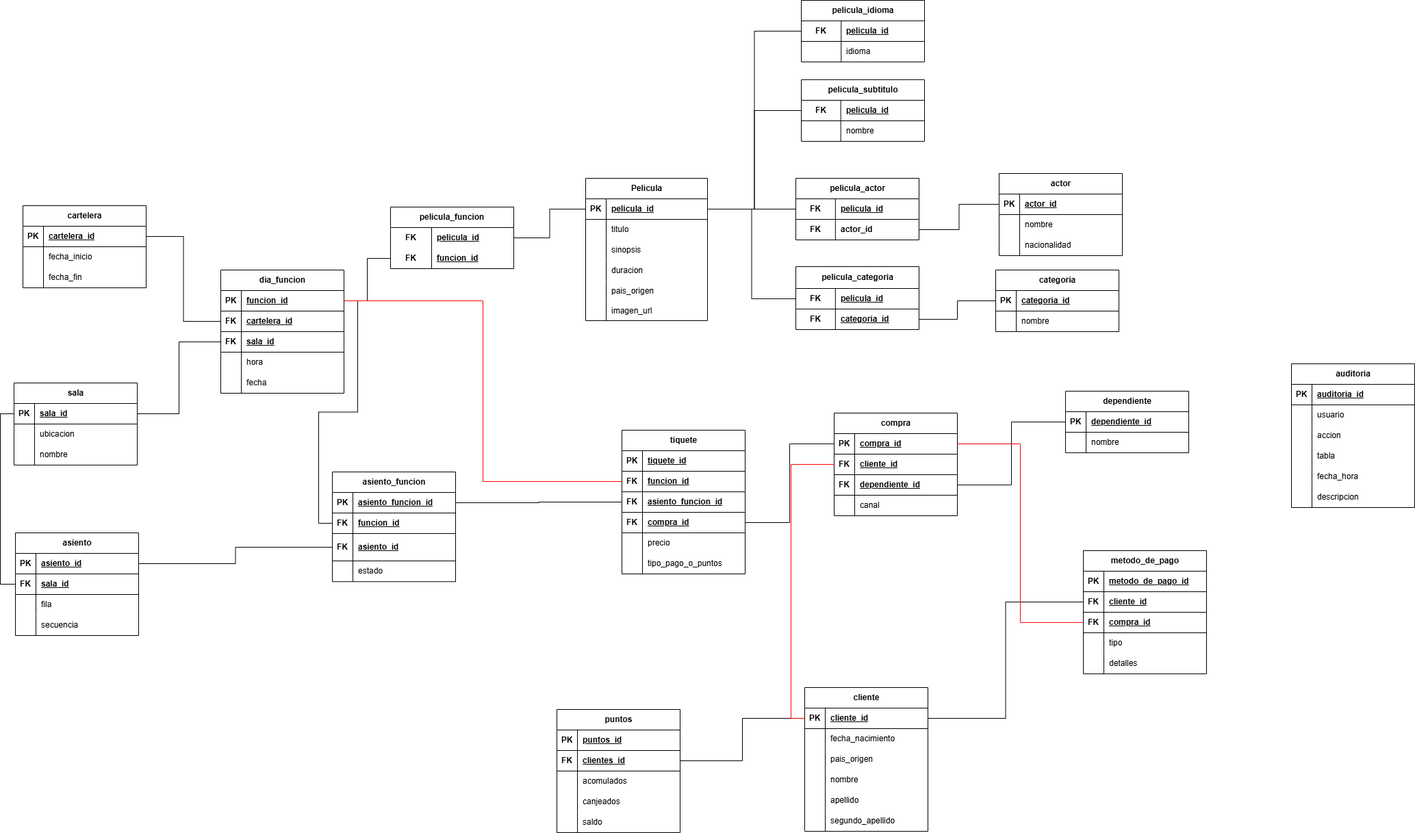
This is docs/Modelo-Relacional.png.png from AxelCastilloZ/mi-cine-es-tu-cine, a draw.io export, as it was before one commit. Source tidied: cells renumbered, new cells last; positions are measured from the earlier drawing's top-left corner, leaving out a move shared by most shapes.
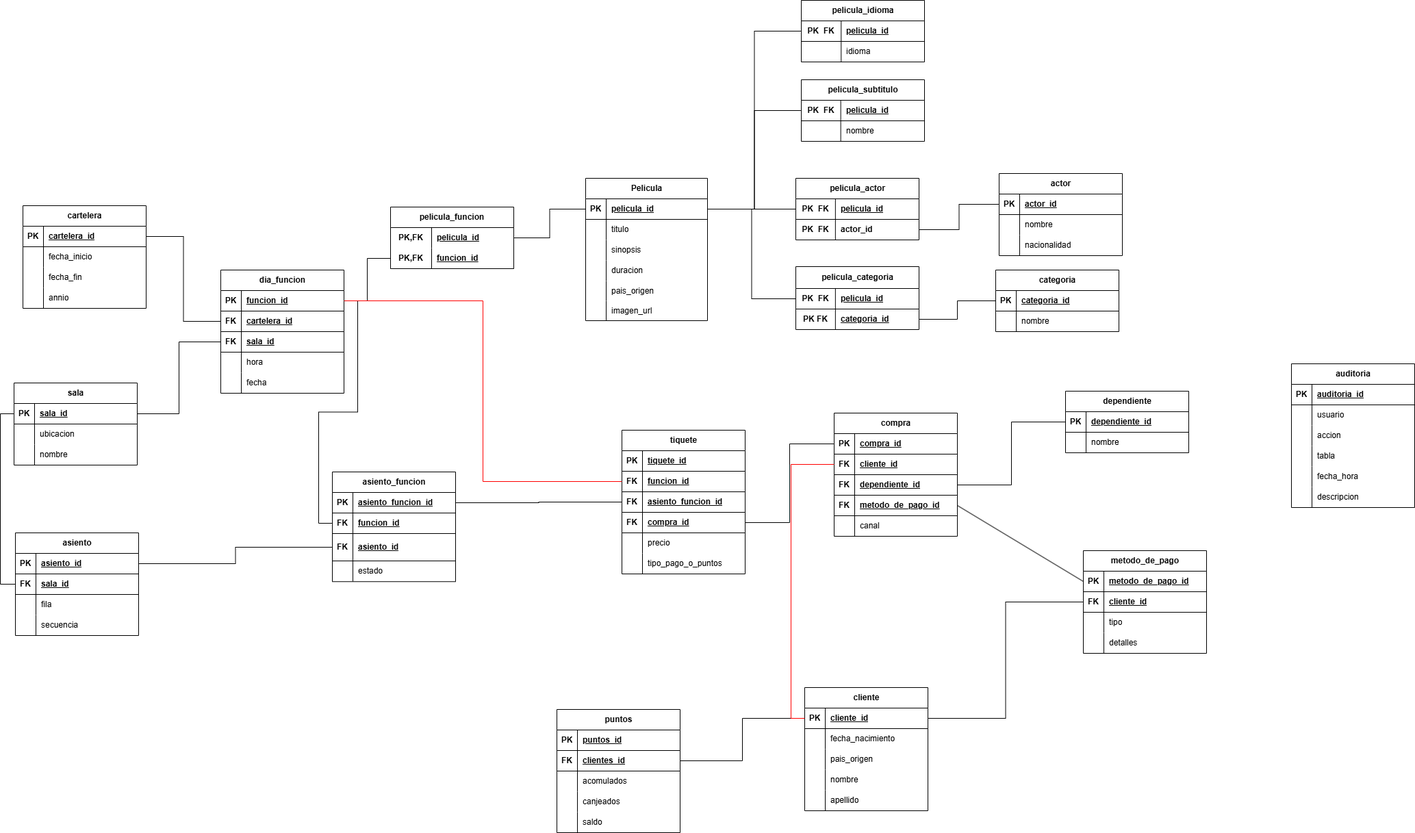
The same file after the commit.

Commit message:
correcion diagramas

Diff of the diagram source:
```diff
@@ -65,7 +65,7 @@
     <mxCell id="22" style="shape=tableRow;horizontal=0;startSize=0;swimlaneHead=0;swimlaneBody=0;fillColor=none;points=[[0,0.5],[1,0.5]];portConstraint=eastwest;top=0;left=0;right=0;bottom=1;" parent="21" vertex="1">
       <mxGeometry y="30" width="180" height="30" as="geometry" />
     </mxCell>
-    <mxCell id="23" value="FK" style="shape=partialRectangle;fillColor=none;top=0;left=0;bottom=0;right=0;fontStyle=1;overflow=hidden;whiteSpace=wrap;html=1;" parent="22" vertex="1">
+    <mxCell id="23" value="PK&amp;nbsp; FK" style="shape=partialRectangle;fillColor=none;top=0;left=0;bottom=0;right=0;fontStyle=1;overflow=hidden;whiteSpace=wrap;html=1;" parent="22" vertex="1">
       <mxGeometry width="57.7" height="30" as="geometry" />
     </mxCell>
     <mxCell id="24" value="pelicula_id" style="shape=partialRectangle;fillColor=none;top=0;left=0;bottom=0;right=0;align=left;spacingLeft=6;fontStyle=5;overflow=hidden;whiteSpace=wrap;html=1;" parent="22" vertex="1">
@@ -86,7 +86,7 @@
     <mxCell id="29" style="shape=tableRow;horizontal=0;startSize=0;swimlaneHead=0;swimlaneBody=0;fillColor=none;points=[[0,0.5],[1,0.5]];portConstraint=eastwest;top=0;left=0;right=0;bottom=1;" parent="28" vertex="1">
       <mxGeometry y="30" width="180" height="30" as="geometry" />
     </mxCell>
-    <mxCell id="30" value="FK" style="shape=partialRectangle;fillColor=none;top=0;left=0;bottom=0;right=0;fontStyle=1;overflow=hidden;whiteSpace=wrap;html=1;" parent="29" vertex="1">
+    <mxCell id="30" value="PK&amp;nbsp; FK" style="shape=partialRectangle;fillColor=none;top=0;left=0;bottom=0;right=0;fontStyle=1;overflow=hidden;whiteSpace=wrap;html=1;" parent="29" vertex="1">
       <mxGeometry width="58.2" height="30" as="geometry" />
     </mxCell>
     <mxCell id="31" value="pelicula_id" style="shape=partialRectangle;fillColor=none;top=0;left=0;bottom=0;right=0;align=left;spacingLeft=6;fontStyle=5;overflow=hidden;whiteSpace=wrap;html=1;" parent="29" vertex="1">
@@ -128,7 +128,7 @@
     <mxCell id="43" style="shape=tableRow;horizontal=0;startSize=0;swimlaneHead=0;swimlaneBody=0;fillColor=none;points=[[0,0.5],[1,0.5]];portConstraint=eastwest;top=0;left=0;right=0;bottom=1;" parent="42" vertex="1">
       <mxGeometry y="32" width="180" height="30" as="geometry" />
     </mxCell>
-    <mxCell id="44" value="FK" style="shape=partialRectangle;fillColor=none;top=0;left=0;bottom=0;right=0;fontStyle=1;overflow=hidden;whiteSpace=wrap;html=1;" parent="43" vertex="1">
+    <mxCell id="44" value="PK&amp;nbsp; FK" style="shape=partialRectangle;fillColor=none;top=0;left=0;bottom=0;right=0;fontStyle=1;overflow=hidden;whiteSpace=wrap;html=1;" parent="43" vertex="1">
       <mxGeometry width="57.8" height="30" as="geometry" />
     </mxCell>
     <mxCell id="45" value="pelicula_id" style="shape=partialRectangle;fillColor=none;top=0;left=0;bottom=0;right=0;align=left;spacingLeft=6;fontStyle=5;overflow=hidden;whiteSpace=wrap;html=1;" parent="43" vertex="1">
@@ -137,7 +137,7 @@
     <mxCell id="46" style="shape=tableRow;horizontal=0;startSize=0;swimlaneHead=0;swimlaneBody=0;fillColor=none;points=[[0,0.5],[1,0.5]];portConstraint=eastwest;top=0;left=0;right=0;bottom=0;" parent="42" vertex="1">
       <mxGeometry y="62" width="180" height="30" as="geometry" />
     </mxCell>
-    <mxCell id="47" value="&lt;b&gt;FK&lt;/b&gt;" style="shape=partialRectangle;fillColor=none;top=0;left=0;bottom=0;right=0;overflow=hidden;whiteSpace=wrap;html=1;" parent="46" vertex="1">
+    <mxCell id="47" value="&lt;b&gt;PK FK&lt;/b&gt;" style="shape=partialRectangle;fillColor=none;top=0;left=0;bottom=0;right=0;overflow=hidden;whiteSpace=wrap;html=1;" parent="46" vertex="1">
       <mxGeometry width="57.8" height="30" as="geometry" />
     </mxCell>
     <mxCell id="48" value="&lt;span style=&quot;font-weight: 700; text-decoration-line: underline;&quot;&gt;categoria_id&lt;/span&gt;" style="shape=partialRectangle;fillColor=none;top=0;left=0;bottom=0;right=0;align=left;spacingLeft=6;overflow=hidden;whiteSpace=wrap;html=1;" parent="46" vertex="1">
@@ -185,7 +185,7 @@
     <mxCell id="62" style="shape=tableRow;horizontal=0;startSize=0;swimlaneHead=0;swimlaneBody=0;fillColor=none;points=[[0,0.5],[1,0.5]];portConstraint=eastwest;top=0;left=0;right=0;bottom=1;" parent="61" vertex="1">
       <mxGeometry y="30" width="180" height="30" as="geometry" />
     </mxCell>
-    <mxCell id="63" value="FK" style="shape=partialRectangle;fillColor=none;top=0;left=0;bottom=0;right=0;fontStyle=1;overflow=hidden;whiteSpace=wrap;html=1;" parent="62" vertex="1">
+    <mxCell id="63" value="PK&amp;nbsp; FK" style="shape=partialRectangle;fillColor=none;top=0;left=0;bottom=0;right=0;fontStyle=1;overflow=hidden;whiteSpace=wrap;html=1;" parent="62" vertex="1">
       <mxGeometry width="57.8" height="30" as="geometry" />
     </mxCell>
     <mxCell id="64" value="pelicula_id" style="shape=partialRectangle;fillColor=none;top=0;left=0;bottom=0;right=0;align=left;spacingLeft=6;fontStyle=5;overflow=hidden;whiteSpace=wrap;html=1;" parent="62" vertex="1">
@@ -194,7 +194,7 @@
     <mxCell id="65" style="shape=tableRow;horizontal=0;startSize=0;swimlaneHead=0;swimlaneBody=0;fillColor=none;points=[[0,0.5],[1,0.5]];portConstraint=eastwest;top=0;left=0;right=0;bottom=0;" parent="61" vertex="1">
       <mxGeometry y="60" width="180" height="30" as="geometry" />
     </mxCell>
-    <mxCell id="66" value="&lt;span style=&quot;font-weight: 700;&quot;&gt;FK&lt;/span&gt;" style="shape=partialRectangle;fillColor=none;top=0;left=0;bottom=0;right=0;overflow=hidden;whiteSpace=wrap;html=1;" parent="65" vertex="1">
+    <mxCell id="66" value="&lt;span style=&quot;font-weight: 700;&quot;&gt;PK&amp;nbsp; FK&lt;/span&gt;" style="shape=partialRectangle;fillColor=none;top=0;left=0;bottom=0;right=0;overflow=hidden;whiteSpace=wrap;html=1;" parent="65" vertex="1">
       <mxGeometry width="57.8" height="30" as="geometry" />
     </mxCell>
     <mxCell id="67" value="&lt;b&gt;actor_id&lt;/b&gt;" style="shape=partialRectangle;fillColor=none;top=0;left=0;bottom=0;right=0;align=left;spacingLeft=6;overflow=hidden;whiteSpace=wrap;html=1;" parent="65" vertex="1">
@@ -218,7 +218,7 @@
     <mxCell id="73" style="shape=tableRow;horizontal=0;startSize=0;swimlaneHead=0;swimlaneBody=0;fillColor=none;points=[[0,0.5],[1,0.5]];portConstraint=eastwest;top=0;left=0;right=0;bottom=0;html=1;" parent="72" vertex="1">
       <mxGeometry y="30" width="180" height="30" as="geometry" />
     </mxCell>
-    <mxCell id="74" value="FK" style="shape=partialRectangle;fillColor=none;top=0;left=0;bottom=0;right=0;fontStyle=1;overflow=hidden;html=1;whiteSpace=wrap;" parent="73" vertex="1">
+    <mxCell id="74" value="PK,FK" style="shape=partialRectangle;fillColor=none;top=0;left=0;bottom=0;right=0;fontStyle=1;overflow=hidden;html=1;whiteSpace=wrap;" parent="73" vertex="1">
       <mxGeometry width="60" height="30" as="geometry" />
     </mxCell>
     <mxCell id="75" value="pelicula_id" style="shape=partialRectangle;fillColor=none;top=0;left=0;bottom=0;right=0;align=left;spacingLeft=6;fontStyle=5;overflow=hidden;html=1;whiteSpace=wrap;" parent="73" vertex="1">
@@ -227,7 +227,7 @@
     <mxCell id="76" style="shape=tableRow;horizontal=0;startSize=0;swimlaneHead=0;swimlaneBody=0;fillColor=none;points=[[0,0.5],[1,0.5]];portConstraint=eastwest;top=0;left=0;right=0;bottom=1;html=1;" parent="72" vertex="1">
       <mxGeometry y="60" width="180" height="30" as="geometry" />
     </mxCell>
-    <mxCell id="77" value="FK" style="shape=partialRectangle;fillColor=none;top=0;left=0;bottom=0;right=0;fontStyle=1;overflow=hidden;html=1;whiteSpace=wrap;" parent="76" vertex="1">
+    <mxCell id="77" value="PK,FK" style="shape=partialRectangle;fillColor=none;top=0;left=0;bottom=0;right=0;fontStyle=1;overflow=hidden;html=1;whiteSpace=wrap;" parent="76" vertex="1">
       <mxGeometry width="60" height="30" as="geometry" />
     </mxCell>
     <mxCell id="78" value="funcion_id" style="shape=partialRectangle;fillColor=none;top=0;left=0;bottom=0;right=0;align=left;spacingLeft=6;fontStyle=5;overflow=hidden;html=1;whiteSpace=wrap;" parent="76" vertex="1">
@@ -288,7 +288,7 @@
       <mxGeometry relative="1" as="geometry" />
     </mxCell>
     <mxCell id="97" value="cartelera" style="shape=table;startSize=30;rowLines=0;fontStyle=1;align=center;html=1;" parent="1" vertex="1">
-      <mxGeometry x="13" y="300" width="180" height="120" as="geometry" />
+      <mxGeometry x="13" y="300" width="180" height="150" as="geometry" />
     </mxCell>
     <mxCell id="98" style="shape=tableRow;horizontal=0;startSize=0;swimlaneHead=0;swimlaneBody=0;fillColor=none;points=[[0,0.5],[1,0.5]];portConstraint=eastwest;top=0;left=0;right=0;bottom=1;" parent="97" vertex="1">
       <mxGeometry y="30" width="180" height="30" as="geometry" />
@@ -317,6 +317,15 @@
     <mxCell id="106" value="fecha_fin" style="shape=partialRectangle;fillColor=none;top=0;left=0;bottom=0;right=0;align=left;spacingLeft=6;overflow=hidden;whiteSpace=wrap;html=1;" parent="104" vertex="1">
       <mxGeometry x="30" width="150" height="30" as="geometry" />
     </mxCell>
+    <mxCell id="265" style="shape=tableRow;horizontal=0;startSize=0;swimlaneHead=0;swimlaneBody=0;fillColor=none;top=0;left=0;right=0;bottom=0;" parent="97" vertex="1">
+      <mxGeometry y="120" width="180" height="30" as="geometry" />
+    </mxCell>
+    <mxCell id="216" style="shape=partialRectangle;fillColor=none;top=0;left=0;bottom=0;right=0;overflow=hidden;whiteSpace=wrap;html=1;" parent="265" vertex="1">
+      <mxGeometry width="30" height="30" as="geometry" />
+    </mxCell>
+    <mxCell id="266" value="annio" style="shape=partialRectangle;fillColor=none;top=0;left=0;bottom=0;right=0;align=left;spacingLeft=6;overflow=hidden;whiteSpace=wrap;html=1;" parent="265" vertex="1">
+      <mxGeometry x="30" width="150" height="30" as="geometry" />
+    </mxCell>
     <mxCell id="107" style="edgeStyle=orthogonalEdgeStyle;rounded=0;jettySize=auto;html=1;exitX=1;exitY=0.5;exitDx=0;exitDy=0;entryX=0;entryY=0.5;entryDx=0;entryDy=0;endArrow=none;startFill=0;" parent="1" edge="1" source="98" target="84">
       <mxGeometry relative="1" as="geometry" />
     </mxCell>
@@ -486,7 +495,7 @@
       <mxGeometry x="30" width="150" height="30" as="geometry" />
     </mxCell>
     <mxCell id="163" value="compra" style="shape=table;startSize=30;rowLines=0;fontStyle=1;align=center;html=1;" parent="1" vertex="1">
-      <mxGeometry x="1198" y="603" width="180" height="150" as="geometry" />
+      <mxGeometry x="1198" y="603" width="180" height="180" as="geometry" />
     </mxCell>
     <mxCell id="164" style="shape=tableRow;horizontal=0;startSize=0;swimlaneHead=0;swimlaneBody=0;fillColor=none;points=[[0,0.5],[1,0.5]];portConstraint=eastwest;top=0;left=0;right=0;bottom=1;" parent="163" vertex="1">
       <mxGeometry y="30" width="180" height="30" as="geometry" />
@@ -515,8 +524,17 @@
     <mxCell id="172" value="dependiente_id" style="shape=partialRectangle;fillColor=none;top=0;left=0;bottom=0;right=0;align=left;spacingLeft=6;fontStyle=5;overflow=hidden;whiteSpace=wrap;html=1;" parent="170" vertex="1">
       <mxGeometry x="30" width="150" height="30" as="geometry" />
     </mxCell>
+    <mxCell id="267" style="shape=tableRow;horizontal=0;startSize=0;swimlaneHead=0;swimlaneBody=0;fillColor=none;points=[[0,0.5],[1,0.5]];portConstraint=eastwest;top=0;left=0;right=0;bottom=1;" parent="163" vertex="1">
+      <mxGeometry y="120" width="180" height="30" as="geometry" />
+    </mxCell>
+    <mxCell id="184" value="FK" style="shape=partialRectangle;fillColor=none;top=0;left=0;bottom=0;right=0;fontStyle=1;overflow=hidden;whiteSpace=wrap;html=1;" parent="267" vertex="1">
+      <mxGeometry width="30" height="30" as="geometry" />
+    </mxCell>
+    <mxCell id="268" value="metodo_de_pago_id" style="shape=partialRectangle;fillColor=none;top=0;left=0;bottom=0;right=0;align=left;spacingLeft=6;fontStyle=5;overflow=hidden;whiteSpace=wrap;html=1;" parent="267" vertex="1">
+      <mxGeometry x="30" width="150" height="30" as="geometry" />
+    </mxCell>
     <mxCell id="173" style="shape=tableRow;horizontal=0;startSize=0;swimlaneHead=0;swimlaneBody=0;fillColor=none;top=0;left=0;right=0;bottom=0;" parent="163" vertex="1">
-      <mxGeometry y="120" width="180" height="30" as="geometry" />
+      <mxGeometry y="150" width="180" height="30" as="geometry" />
     </mxCell>
     <mxCell id="174" style="shape=partialRectangle;fillColor=none;top=0;left=0;bottom=0;right=0;overflow=hidden;whiteSpace=wrap;html=1;" parent="173" vertex="1">
       <mxGeometry width="30" height="30" as="geometry" />
@@ -525,7 +543,7 @@
       <mxGeometry x="30" width="150" height="30" as="geometry" />
     </mxCell>
     <mxCell id="176" value="metodo_de_pago" style="shape=table;startSize=30;rowLines=0;fontStyle=1;align=center;html=1;" parent="1" vertex="1">
-      <mxGeometry x="1562" y="804" width="180" height="180" as="geometry" />
+      <mxGeometry x="1562" y="804" width="180" height="150" as="geometry" />
     </mxCell>
     <mxCell id="177" style="shape=tableRow;horizontal=0;startSize=0;swimlaneHead=0;swimlaneBody=0;fillColor=none;points=[[0,0.5],[1,0.5]];portConstraint=eastwest;top=0;left=0;right=0;bottom=1;" parent="176" vertex="1">
       <mxGeometry y="30" width="180" height="30" as="geometry" />
@@ -545,17 +563,8 @@
     <mxCell id="182" value="cliente_id" style="shape=partialRectangle;fillColor=none;top=0;left=0;bottom=0;right=0;align=left;spacingLeft=6;fontStyle=5;overflow=hidden;whiteSpace=wrap;html=1;" parent="180" vertex="1">
       <mxGeometry x="30" width="150" height="30" as="geometry" />
     </mxCell>
-    <mxCell id="183" style="shape=tableRow;horizontal=0;startSize=0;swimlaneHead=0;swimlaneBody=0;fillColor=none;points=[[0,0.5],[1,0.5]];portConstraint=eastwest;top=0;left=0;right=0;bottom=1;" parent="176" vertex="1">
-      <mxGeometry y="90" width="180" height="30" as="geometry" />
-    </mxCell>
-    <mxCell id="184" value="FK" style="shape=partialRectangle;fillColor=none;top=0;left=0;bottom=0;right=0;fontStyle=1;overflow=hidden;whiteSpace=wrap;html=1;" parent="183" vertex="1">
-      <mxGeometry width="30" height="30" as="geometry" />
-    </mxCell>
-    <mxCell id="185" value="compra_id" style="shape=partialRectangle;fillColor=none;top=0;left=0;bottom=0;right=0;align=left;spacingLeft=6;fontStyle=5;overflow=hidden;whiteSpace=wrap;html=1;" parent="183" vertex="1">
-      <mxGeometry x="30" width="150" height="30" as="geometry" />
-    </mxCell>
     <mxCell id="186" style="shape=tableRow;horizontal=0;startSize=0;swimlaneHead=0;swimlaneBody=0;fillColor=none;top=0;left=0;right=0;bottom=0;" parent="176" vertex="1">
-      <mxGeometry y="120" width="180" height="30" as="geometry" />
+      <mxGeometry y="90" width="180" height="30" as="geometry" />
     </mxCell>
     <mxCell id="187" style="shape=partialRectangle;fillColor=none;top=0;left=0;bottom=0;right=0;overflow=hidden;whiteSpace=wrap;html=1;" parent="186" vertex="1">
       <mxGeometry width="30" height="30" as="geometry" />
@@ -564,7 +573,7 @@
       <mxGeometry x="30" width="150" height="30" as="geometry" />
     </mxCell>
     <mxCell id="189" style="shape=tableRow;horizontal=0;startSize=0;swimlaneHead=0;swimlaneBody=0;fillColor=none;top=0;left=0;right=0;bottom=0;" parent="176" vertex="1">
-      <mxGeometry y="150" width="180" height="30" as="geometry" />
+      <mxGeometry y="120" width="180" height="30" as="geometry" />
     </mxCell>
     <mxCell id="190" style="shape=partialRectangle;fillColor=none;top=0;left=0;bottom=0;right=0;overflow=hidden;whiteSpace=wrap;html=1;" parent="189" vertex="1">
       <mxGeometry width="30" height="30" as="geometry" />
@@ -594,7 +603,7 @@
       <mxGeometry x="30" width="150" height="30" as="geometry" />
     </mxCell>
     <mxCell id="199" value="cliente" style="shape=table;startSize=30;rowLines=0;fontStyle=1;align=center;html=1;" parent="1" vertex="1">
-      <mxGeometry x="1155" y="1004" width="180" height="210" as="geometry" />
+      <mxGeometry x="1155" y="1004" width="180" height="180" as="geometry" />
     </mxCell>
     <mxCell id="200" style="shape=tableRow;horizontal=0;startSize=0;swimlaneHead=0;swimlaneBody=0;fillColor=none;points=[[0,0.5],[1,0.5]];portConstraint=eastwest;top=0;left=0;right=0;bottom=1;" parent="199" vertex="1">
       <mxGeometry y="30" width="180" height="30" as="geometry" />
@@ -641,15 +650,6 @@
     <mxCell id="214" value="apellido" style="shape=partialRectangle;fillColor=none;top=0;left=0;bottom=0;right=0;align=left;spacingLeft=6;overflow=hidden;whiteSpace=wrap;html=1;" parent="212" vertex="1">
       <mxGeometry x="30" width="150" height="30" as="geometry" />
     </mxCell>
-    <mxCell id="215" style="shape=tableRow;horizontal=0;startSize=0;swimlaneHead=0;swimlaneBody=0;fillColor=none;top=0;left=0;right=0;bottom=0;" parent="199" vertex="1">
-      <mxGeometry y="180" width="180" height="30" as="geometry" />
-    </mxCell>
-    <mxCell id="216" style="shape=partialRectangle;fillColor=none;top=0;left=0;bottom=0;right=0;overflow=hidden;whiteSpace=wrap;html=1;" parent="215" vertex="1">
-      <mxGeometry width="30" height="30" as="geometry" />
-    </mxCell>
-    <mxCell id="217" value="segundo_apellido" style="shape=partialRectangle;fillColor=none;top=0;left=0;bottom=0;right=0;align=left;spacingLeft=6;overflow=hidden;whiteSpace=wrap;html=1;" parent="215" vertex="1">
-      <mxGeometry x="30" width="150" height="30" as="geometry" />
-    </mxCell>
     <mxCell id="218" value="puntos" style="shape=table;startSize=30;rowLines=0;fontStyle=1;align=center;html=1;" parent="1" vertex="1">
       <mxGeometry x="793" y="1036" width="180" height="180" as="geometry" />
     </mxCell>
@@ -788,8 +788,11 @@
     <mxCell id="263" style="edgeStyle=orthogonalEdgeStyle;rounded=0;jettySize=auto;html=1;exitX=0;exitY=0.5;exitDx=0;exitDy=0;entryX=1;entryY=0.5;entryDx=0;entryDy=0;endArrow=none;startFill=0;" parent="1" edge="1" source="180" target="200">
       <mxGeometry relative="1" as="geometry" />
     </mxCell>
-    <mxCell id="264" style="edgeStyle=orthogonalEdgeStyle;rounded=0;jettySize=auto;html=1;exitX=1;exitY=0.5;exitDx=0;exitDy=0;endArrow=none;startFill=0;strokeColor=light-dark(#FF0000,#FF0000);" parent="1" edge="1" source="164" target="183">
+    <mxCell id="264" style="edgeStyle=orthogonalEdgeStyle;rounded=0;jettySize=auto;html=1;exitX=1;exitY=0.5;exitDx=0;exitDy=0;endArrow=none;startFill=0;strokeColor=light-dark(#FF0000,#FF0000);" parent="1" edge="1" source="164">
       <mxGeometry relative="1" as="geometry" />
     </mxCell>
+    <mxCell id="269" style="edgeStyle=none;html=1;exitX=0;exitY=0.5;exitDx=0;exitDy=0;entryX=1;entryY=0.5;entryDx=0;entryDy=0;endArrow=none;endFill=0;" parent="1" edge="1" source="177" target="267">
+      <mxGeometry relative="1" as="geometry" />
+    </mxCell>
   </root>
 </mxGraphModel>
```
